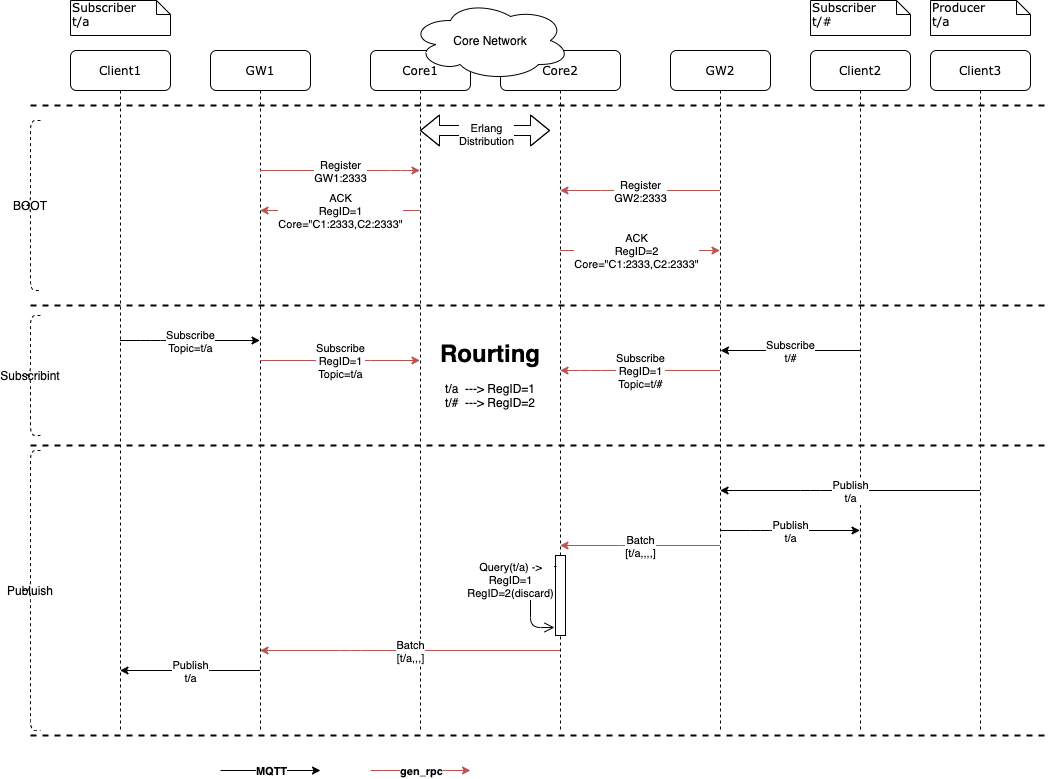
This is design/0005-stateless-brokers.png from emqx/eip, a draw.io export, as it was before one commit. Source tidied: cells renumbered, new cells last; positions are measured from the earlier drawing's top-left corner, leaving out a move shared by most shapes.
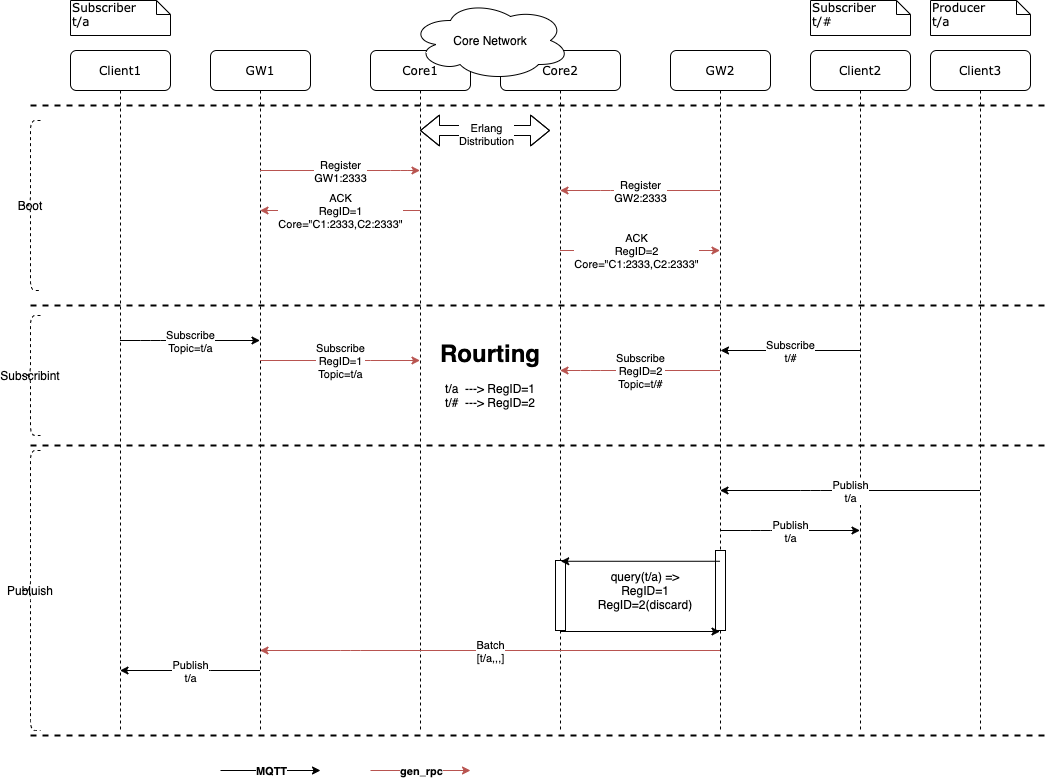
Later version of the same file.

Commit message:
docs(0005): Update to use gen_rpc between GW nodes

What changed in the source:
```diff
@@ -11,20 +11,15 @@
     <mxCell id="4" value="Core2" style="shape=umlLifeline;perimeter=lifelinePerimeter;whiteSpace=wrap;html=1;outlineConnect=0;rounded=1;shadow=0;comic=0;labelBackgroundColor=none;strokeWidth=1;fontFamily=Verdana;fontSize=12;align=center;" parent="1" vertex="1">
       <mxGeometry x="480" y="50" width="120" height="680" as="geometry" />
     </mxCell>
+    <mxCell id="56" style="html=1;points=[];perimeter=orthogonalPerimeter;" parent="4" vertex="1">
+      <mxGeometry x="55" y="510" width="10" height="70" as="geometry" />
+    </mxCell>
+    <mxCell id="7" value="GW2" style="shape=umlLifeline;perimeter=lifelinePerimeter;whiteSpace=wrap;html=1;outlineConnect=0;rounded=1;shadow=0;comic=0;labelBackgroundColor=none;strokeWidth=1;fontFamily=Verdana;fontSize=12;align=center;" parent="1" vertex="1">
+      <mxGeometry x="650" y="50" width="100" height="680" as="geometry" />
+    </mxCell>
-    <mxCell id="5" style="html=1;points=[];perimeter=orthogonalPerimeter;strokeWidth=1;" parent="4" vertex="1">
-      <mxGeometry x="55" y="505" width="10" height="80" as="geometry" />
+    <mxCell id="5" style="html=1;points=[];perimeter=orthogonalPerimeter;strokeWidth=1;" parent="7" vertex="1">
+      <mxGeometry x="45" y="500" width="10" height="80" as="geometry" />
     </mxCell>
-    <mxCell id="6" value="Query(t/a) -&amp;gt;&lt;br&gt;RegID=1&lt;br&gt;RegID=2(discard)" style="html=1;verticalAlign=bottom;endArrow=open;endSize=8;entryX=-0.1;entryY=0.9;entryDx=0;entryDy=0;entryPerimeter=0;exitX=0.1;exitY=0.138;exitDx=0;exitDy=0;exitPerimeter=0;" parent="4" edge="1" source="5" target="5">
-      <mxGeometry x="0.11" y="-20" relative="1" as="geometry">
-        <Array as="points">
-          <mxPoint x="30" y="516" />
-          <mxPoint x="30" y="577" />
-        </Array>
-      </mxGeometry>
-    </mxCell>
-    <mxCell id="7" value="GW2" style="shape=umlLifeline;perimeter=lifelinePerimeter;whiteSpace=wrap;html=1;outlineConnect=0;rounded=1;shadow=0;comic=0;labelBackgroundColor=none;strokeWidth=1;fontFamily=Verdana;fontSize=12;align=center;" parent="1" vertex="1">
-      <mxGeometry x="650" y="50" width="100" height="680" as="geometry" />
-    </mxCell>
     <mxCell id="8" value="Client2" style="shape=umlLifeline;perimeter=lifelinePerimeter;whiteSpace=wrap;html=1;outlineConnect=0;rounded=1;shadow=0;comic=0;labelBackgroundColor=none;strokeWidth=1;fontFamily=Verdana;fontSize=12;align=center;" parent="1" vertex="1">
       <mxGeometry x="790" y="50" width="100" height="680" as="geometry" />
     </mxCell>
@@ -138,7 +133,7 @@
         </Array>
       </mxGeometry>
     </mxCell>
-    <mxCell id="31" value="Subscribe&lt;br&gt;RegID=1&lt;br&gt;Topic=t/#" style="edgeLabel;html=1;align=center;verticalAlign=middle;" parent="30" vertex="1">
+    <mxCell id="31" value="Subscribe&lt;br&gt;RegID=2&lt;br&gt;Topic=t/#" style="edgeLabel;html=1;align=center;verticalAlign=middle;" parent="30" vertex="1">
       <mxGeometry relative="1" as="geometry" />
     </mxCell>
     <mxCell id="32" value="&lt;h1&gt;Rourting&lt;/h1&gt;&lt;p&gt;&lt;br&gt;&lt;/p&gt;" style="text;html=1;strokeColor=none;fillColor=none;spacing=5;spacingTop=-20;whiteSpace=wrap;overflow=hidden;rounded=0;" parent="1" vertex="1">
@@ -160,7 +155,7 @@
     <mxCell id="36" value="Publish&lt;br&gt;t/a" style="edgeLabel;html=1;align=center;verticalAlign=middle;" parent="35" vertex="1">
       <mxGeometry relative="1" as="geometry" />
     </mxCell>
-    <mxCell id="37" value="BOOT" style="shape=curlyBracket;whiteSpace=wrap;html=1;rounded=1;strokeWidth=1;dashed=1;" parent="1" vertex="1">
+    <mxCell id="37" value="Boot" style="shape=curlyBracket;whiteSpace=wrap;html=1;rounded=1;strokeWidth=1;dashed=1;" parent="1" vertex="1">
       <mxGeometry y="120" width="20" height="170" as="geometry" />
     </mxCell>
     <mxCell id="38" value="Subscribint" style="shape=curlyBracket;whiteSpace=wrap;html=1;rounded=1;strokeWidth=1;dashed=1;" parent="1" vertex="1">
@@ -182,22 +177,10 @@
     <mxCell id="42" value="Publish&lt;br&gt;t/a" style="edgeLabel;html=1;align=center;verticalAlign=middle;" parent="41" vertex="1">
       <mxGeometry relative="1" as="geometry" />
     </mxCell>
-    <mxCell id="43" style="endArrow=classic;html=1;fillColor=#f8cecc;strokeColor=#b85450;" parent="1" edge="1">
-      <mxGeometry relative="1" as="geometry">
-        <mxPoint x="699.5" y="545" as="sourcePoint" />
-        <mxPoint x="539.5" y="545" as="targetPoint" />
-        <Array as="points">
-          <mxPoint x="610" y="545" />
-        </Array>
-      </mxGeometry>
-    </mxCell>
-    <mxCell id="44" value="Batch&lt;br&gt;[t/a,,,,]" style="edgeLabel;html=1;align=center;verticalAlign=middle;" parent="43" vertex="1">
-      <mxGeometry relative="1" as="geometry" />
-    </mxCell>
     <mxCell id="45" style="line;strokeWidth=2;html=1;dashed=1;" parent="1" vertex="1">
       <mxGeometry x="10" y="100" width="1020" height="10" as="geometry" />
     </mxCell>
-    <mxCell id="46" style="endArrow=classic;html=1;fillColor=#f8cecc;strokeColor=#b85450;" parent="1" edge="1" source="4" target="2">
+    <mxCell id="46" style="endArrow=classic;html=1;fillColor=#f8cecc;strokeColor=#b85450;" parent="1" edge="1" source="7" target="2">
       <mxGeometry relative="1" as="geometry">
         <Array as="points">
           <mxPoint x="330" y="650" />
@@ -241,5 +224,16 @@
     <mxCell id="55" value="Publish&lt;br&gt;t/a" style="edgeLabel;html=1;align=center;verticalAlign=middle;" parent="54" vertex="1">
       <mxGeometry relative="1" as="geometry" />
     </mxCell>
+    <mxCell id="57" style="endArrow=classic;html=1;entryX=0.524;entryY=0.011;entryDx=0;entryDy=0;entryPerimeter=0;" parent="1" edge="1" source="7" target="56">
+      <mxGeometry relative="1" as="geometry" />
+    </mxCell>
+    <mxCell id="58" style="endArrow=classic;html=1;" parent="1" edge="1" target="7">
+      <mxGeometry relative="1" as="geometry">
+        <mxPoint x="540" y="631" as="sourcePoint" />
+      </mxGeometry>
+    </mxCell>
+    <mxCell id="59" value="query(t/a) =&amp;gt;&lt;br&gt;RegID=1&lt;br&gt;RegID=2(discard)" style="text;html=1;strokeColor=none;fillColor=none;align=center;verticalAlign=middle;whiteSpace=wrap;rounded=0;" parent="1" vertex="1">
+      <mxGeometry x="580" y="580" width="90" height="20" as="geometry" />
+    </mxCell>
   </root>
 </mxGraphModel>
```
